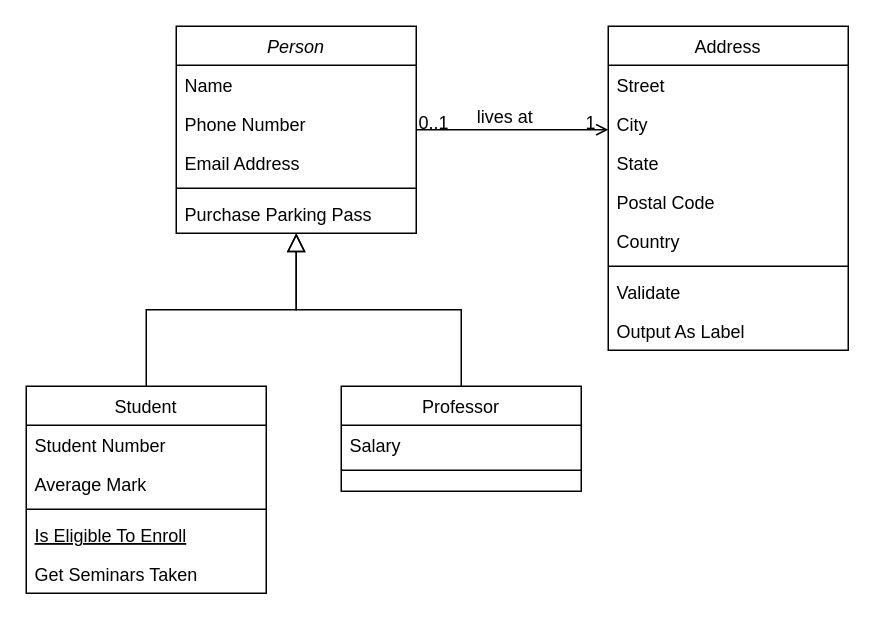
The draw.io diagram Untitled Diagram.drawio in crisjumbo/diagrams, before the edit. Source tidied: cells renumbered, new cells numbered last; positions are measured from the earlier drawing's top-left corner, leaving out a move shared by most shapes. Both pictures are drawn from the tidied source at 150%, with x=0, y=0 at pixel (26, 26).
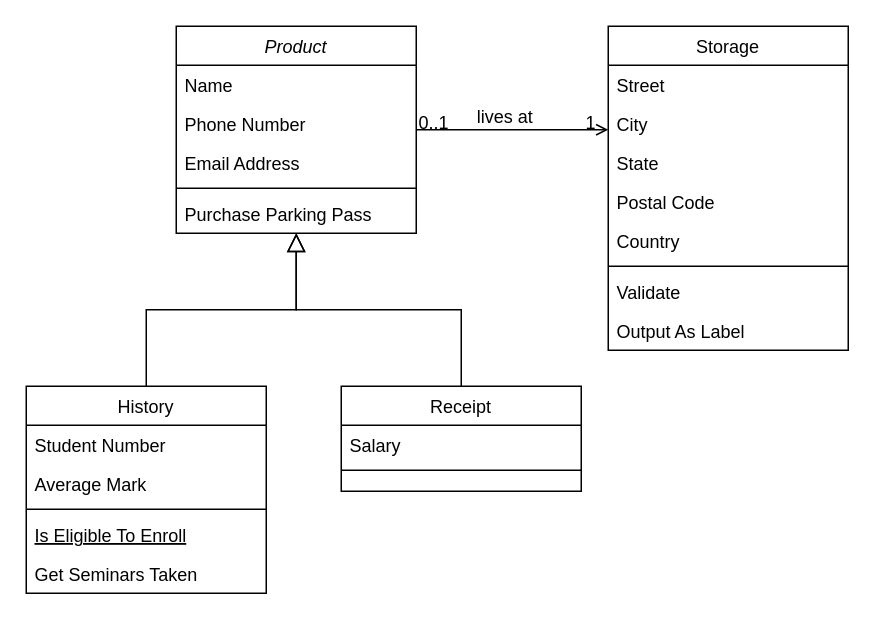
The same page after the edit.

Commit message:
Create participant classes

What changed in the source:
```diff
@@
-    <mxCell id="2" value="Person" style="swimlane;fontStyle=2;align=center;verticalAlign=top;horizontal=1;startSize=26;rounded=0;shadow=0;strokeWidth=1;" parent="1" vertex="1">
+    <mxCell id="2" value="Product" style="swimlane;fontStyle=2;align=center;verticalAlign=top;horizontal=1;startSize=26;rounded=0;shadow=0;strokeWidth=1;" parent="1" vertex="1">
       <mxGeometry x="100" width="160" height="138" as="geometry" />
     </mxCell>
@@
-    <mxCell id="8" value="Student" style="swimlane;fontStyle=0;align=center;verticalAlign=top;horizontal=1;startSize=26;rounded=0;shadow=0;strokeWidth=1;" parent="1" vertex="1">
+    <mxCell id="8" value="History" style="swimlane;fontStyle=0;align=center;verticalAlign=top;horizontal=1;startSize=26;rounded=0;shadow=0;strokeWidth=1;" parent="1" vertex="1">
       <mxGeometry y="240" width="160" height="138" as="geometry" />
     </mxCell>
@@
-    <mxCell id="15" value="Professor" style="swimlane;fontStyle=0;align=center;verticalAlign=top;horizontal=1;startSize=26;rounded=0;shadow=0;strokeWidth=1;" parent="1" vertex="1">
+    <mxCell id="15" value="Receipt" style="swimlane;fontStyle=0;align=center;verticalAlign=top;horizontal=1;startSize=26;rounded=0;shadow=0;strokeWidth=1;" parent="1" vertex="1">
       <mxGeometry x="210" y="240" width="160" height="70" as="geometry" />
     </mxCell>
@@
-    <mxCell id="19" value="Address" style="swimlane;fontStyle=0;align=center;verticalAlign=top;horizontal=1;startSize=26;rounded=0;shadow=0;strokeWidth=1;" parent="1" vertex="1">
+    <mxCell id="19" value="Storage" style="swimlane;fontStyle=0;align=center;verticalAlign=top;horizontal=1;startSize=26;rounded=0;shadow=0;strokeWidth=1;" parent="1" vertex="1">
       <mxGeometry x="388" width="160" height="216" as="geometry" />
     </mxCell>
```
